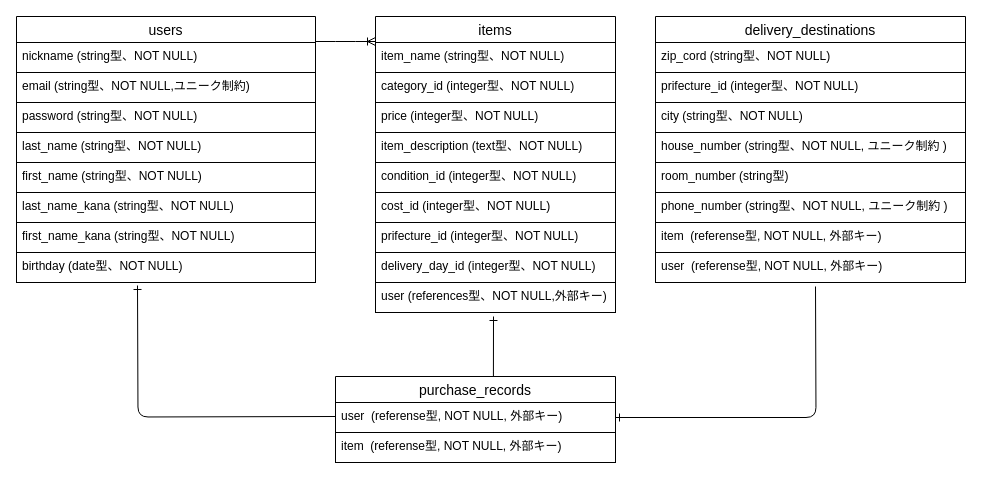
This is fruima_ER.dio from sorairo580/furima-39405, a draw.io file, before an edit. Source tidied: cells renumbered, new cells numbered last; positions are measured from the earlier drawing's top-left corner, leaving out a move shared by most shapes. Both pictures are drawn from the tidied source at 100%, with x=0, y=0 at pixel (16, 16).
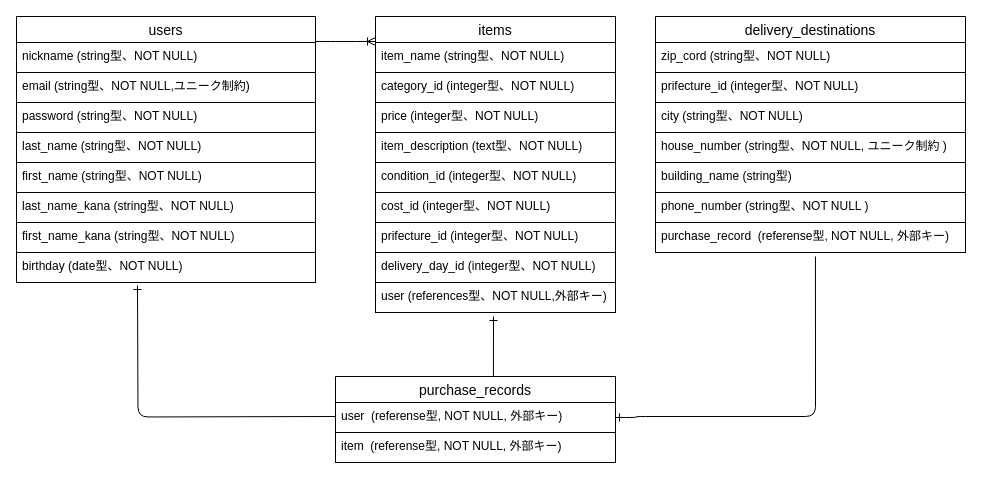
The same page after the edit.

Unchanged cells that the change refers to:
```xml
<mxCell id="23" value="user  (referense型, NOT NULL, 外部キー)&#10;" style="text;strokeColor=#000000;fillColor=none;spacingLeft=4;spacingRight=4;overflow=hidden;points=[[0,0.5],[1,0.5]];portConstraint=eastwest;fontSize=12;" parent="22" vertex="1">
  <mxGeometry y="26" width="280" height="30" as="geometry" />
</mxCell>
```

Change to the diagram source:
```diff
@@
     <mxCell id="25" value="delivery_destinations" style="swimlane;fontStyle=0;horizontal=1;startSize=26;align=center;fontSize=14;strokeColor=#000000;" parent="1" vertex="1">
-      <mxGeometry x="639" width="310" height="266" as="geometry" />
+      <mxGeometry x="639" width="310" height="236" as="geometry" />
     </mxCell>
@@
-    <mxCell id="30" value="room_number (string型)" style="text;strokeColor=#000000;fillColor=none;spacingLeft=4;spacingRight=4;overflow=hidden;fontSize=12;" parent="25" vertex="1">
+    <mxCell id="30" value="building_name (string型)" style="text;strokeColor=#000000;fillColor=none;spacingLeft=4;spacingRight=4;overflow=hidden;fontSize=12;" parent="25" vertex="1">
       <mxGeometry y="146" width="310" height="30" as="geometry" />
     </mxCell>
-    <mxCell id="31" value="phone_number (string型、NOT NULL, ユニーク制約 )" style="text;strokeColor=#000000;fillColor=none;spacingLeft=4;spacingRight=4;overflow=hidden;fontSize=12;" parent="25" vertex="1">
+    <mxCell id="31" value="phone_number (string型、NOT NULL )" style="text;strokeColor=#000000;fillColor=none;spacingLeft=4;spacingRight=4;overflow=hidden;fontSize=12;" parent="25" vertex="1">
       <mxGeometry y="176" width="310" height="30" as="geometry" />
     </mxCell>
-    <mxCell id="32" value="item  (referense型, NOT NULL, 外部キー)" style="text;strokeColor=#000000;fillColor=none;spacingLeft=4;spacingRight=4;overflow=hidden;points=[[0,0.5],[1,0.5]];portConstraint=eastwest;fontSize=12;" parent="25" vertex="1">
+    <mxCell id="32" value="purchase_record  (referense型, NOT NULL, 外部キー)" style="text;strokeColor=#000000;fillColor=none;spacingLeft=4;spacingRight=4;overflow=hidden;points=[[0,0.5],[1,0.5]];portConstraint=eastwest;fontSize=12;" parent="25" vertex="1">
       <mxGeometry y="206" width="310" height="30" as="geometry" />
     </mxCell>
-    <mxCell id="33" value="user  (referense型, NOT NULL, 外部キー)" style="text;strokeColor=#000000;fillColor=none;spacingLeft=4;spacingRight=4;overflow=hidden;fontSize=12;" parent="25" vertex="1">
-      <mxGeometry y="236" width="310" height="30" as="geometry" />
-    </mxCell>
-    <mxCell id="34" style="edgeStyle=orthogonalEdgeStyle;fontSize=12;html=1;endArrow=ERone;endFill=1;strokeColor=#000000;entryX=1;entryY=0.5;entryDx=0;entryDy=0;" parent="1" edge="1" target="23">
+    <mxCell id="34" style="edgeStyle=orthogonalEdgeStyle;fontSize=12;html=1;endArrow=ERone;endFill=1;strokeColor=#000000;entryX=1;entryY=0.5;entryDx=0;entryDy=0;exitX=0.516;exitY=1.133;exitDx=0;exitDy=0;exitPerimeter=0;" parent="1" edge="1" source="32" target="23">
       <mxGeometry relative="1" as="geometry">
-        <mxPoint x="799" y="270" as="sourcePoint" />
+        <Array as="points">
+          <mxPoint x="799" y="400" />
+          <mxPoint x="619" y="400" />
+          <mxPoint x="619" y="401" />
+        </Array>
       </mxGeometry>
     </mxCell>
```
